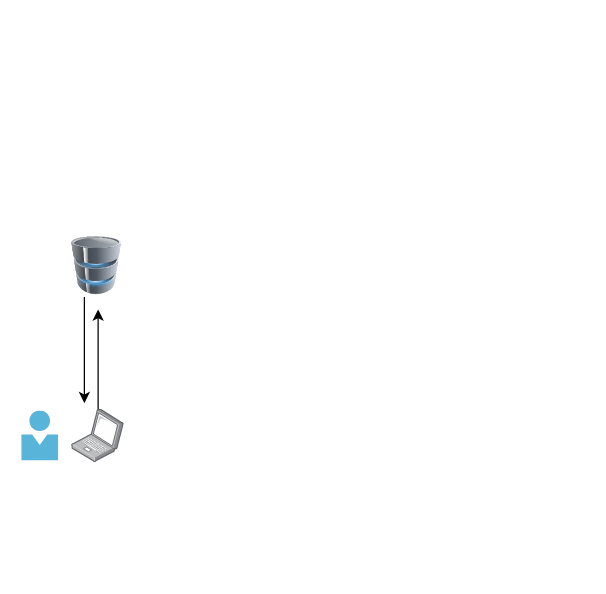
This is Untitled Diagram.drawio from saravankrish/myscripts, a draw.io file, before an edit. Source tidied: cells renumbered, new cells numbered last; positions are measured from the earlier drawing's top-left corner, leaving out a move shared by most shapes. Both pictures are drawn from the tidied source at 125%, with x=0, y=0 at pixel (21, 234).
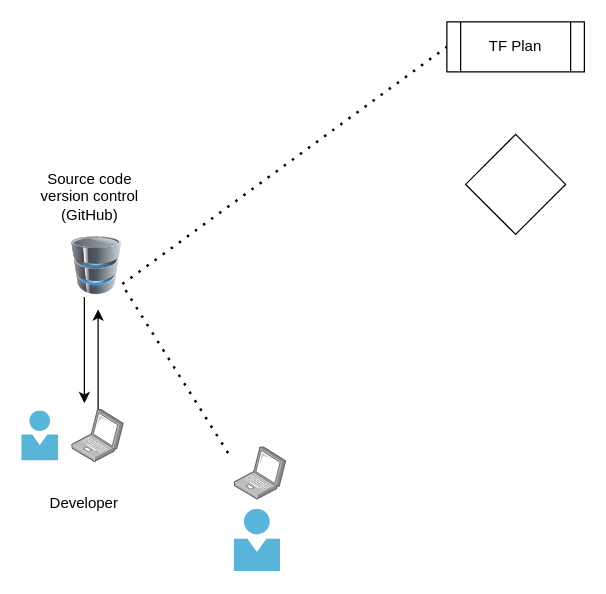
Above is the later version.

Diff of the diagram source:
```diff
@@
 <mxGraphModel>
   <root>
     <mxCell id="0" />
     <mxCell id="1" parent="0" />
     <mxCell id="2" style="edgeStyle=orthogonalEdgeStyle;rounded=0;jettySize=auto;html=1;" parent="1" edge="1" source="3">
       <mxGeometry relative="1" as="geometry">
         <mxPoint x="61" y="60" as="targetPoint" />
       </mxGeometry>
     </mxCell>
     <mxCell id="3" style="image;points=[];html=1;align=center;shadow=0;dashed=0;image=img/lib/allied_telesis/computer_and_terminals/Laptop.svg;" parent="1" vertex="1">
       <mxGeometry x="40" y="140" width="42" height="42.6" as="geometry" />
     </mxCell>
     <mxCell id="4" style="edgeStyle=orthogonalEdgeStyle;rounded=0;jettySize=auto;html=1;entryX=0.238;entryY=-0.117;entryDx=0;entryDy=0;entryPerimeter=0;" parent="1" edge="1" source="5" target="3">
       <mxGeometry relative="1" as="geometry">
         <Array as="points">
           <mxPoint x="50" y="115" />
         </Array>
       </mxGeometry>
     </mxCell>
     <mxCell id="5" style="image;html=1;image=img/lib/clip_art/computers/Database_128x128.png;" parent="1" vertex="1">
       <mxGeometry x="40" width="40" height="50" as="geometry" />
     </mxCell>
     <mxCell id="6" style="image;sketch=0;html=1;align=center;fontSize=12;image=img/lib/mscae/Person.svg;" parent="1" vertex="1">
       <mxGeometry y="141.3" width="29.6" height="40" as="geometry" />
     </mxCell>
+    <mxCell id="7" value="Source code version control (GitHub)" style="text;html=1;strokeColor=none;fillColor=none;align=center;verticalAlign=middle;whiteSpace=wrap;rounded=0;" parent="1" vertex="1">
+      <mxGeometry y="-50" width="109.2" height="40" as="geometry" />
+    </mxCell>
+    <mxCell id="8" value="Developer" style="text;html=1;strokeColor=none;fillColor=none;align=center;verticalAlign=middle;whiteSpace=wrap;rounded=0;" parent="1" vertex="1">
+      <mxGeometry x="20" y="200" width="60" height="30" as="geometry" />
+    </mxCell>
+    <mxCell id="9" style="image;points=[];html=1;align=center;shadow=0;dashed=0;image=img/lib/allied_telesis/computer_and_terminals/Laptop.svg;" parent="1" vertex="1">
+      <mxGeometry x="170" y="170" width="42" height="42.6" as="geometry" />
+    </mxCell>
+    <mxCell id="10" style="image;sketch=0;html=1;align=center;fontSize=12;image=img/lib/mscae/Person.svg;" parent="1" vertex="1">
+      <mxGeometry x="170" y="220" width="37" height="50" as="geometry" />
+    </mxCell>
+    <mxCell id="11" style="endArrow=none;dashed=1;html=1;dashPattern=1 3;strokeWidth=2;rounded=0;exitX=-0.119;exitY=0.117;exitDx=0;exitDy=0;exitPerimeter=0;entryX=0;entryY=0.5;entryDx=0;entryDy=0;" parent="1" edge="1" source="9" target="12">
+      <mxGeometry relative="1" as="geometry">
+        <Array as="points">
+          <mxPoint x="80" y="40" />
+        </Array>
+      </mxGeometry>
+    </mxCell>
+    <mxCell id="12" style="shape=process;whiteSpace=wrap;html=1;backgroundOutline=1;" parent="1" vertex="1">
+      <mxGeometry x="340" y="-170" width="110" height="40" as="geometry" />
+    </mxCell>
+    <mxCell id="13" value="TF Plan" style="text;html=1;strokeColor=none;fillColor=none;align=center;verticalAlign=middle;whiteSpace=wrap;rounded=0;" parent="1" vertex="1">
+      <mxGeometry x="365" y="-165" width="60" height="30" as="geometry" />
+    </mxCell>
+    <mxCell id="14" style="rhombus;whiteSpace=wrap;html=1;" parent="1" vertex="1">
+      <mxGeometry x="355" y="-80" width="80" height="80" as="geometry" />
+    </mxCell>
   </root>
 </mxGraphModel>
```
